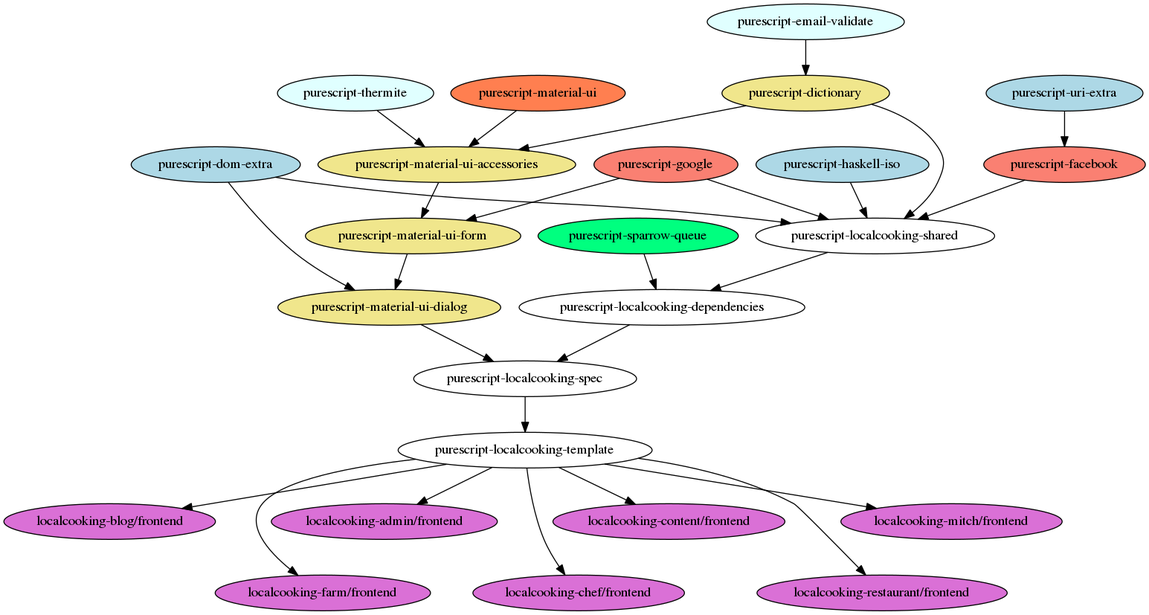
The Graphviz diagram frontend.png in localcooking/dependencies, before a commit. Its source is kept beside it as frontend.dot.
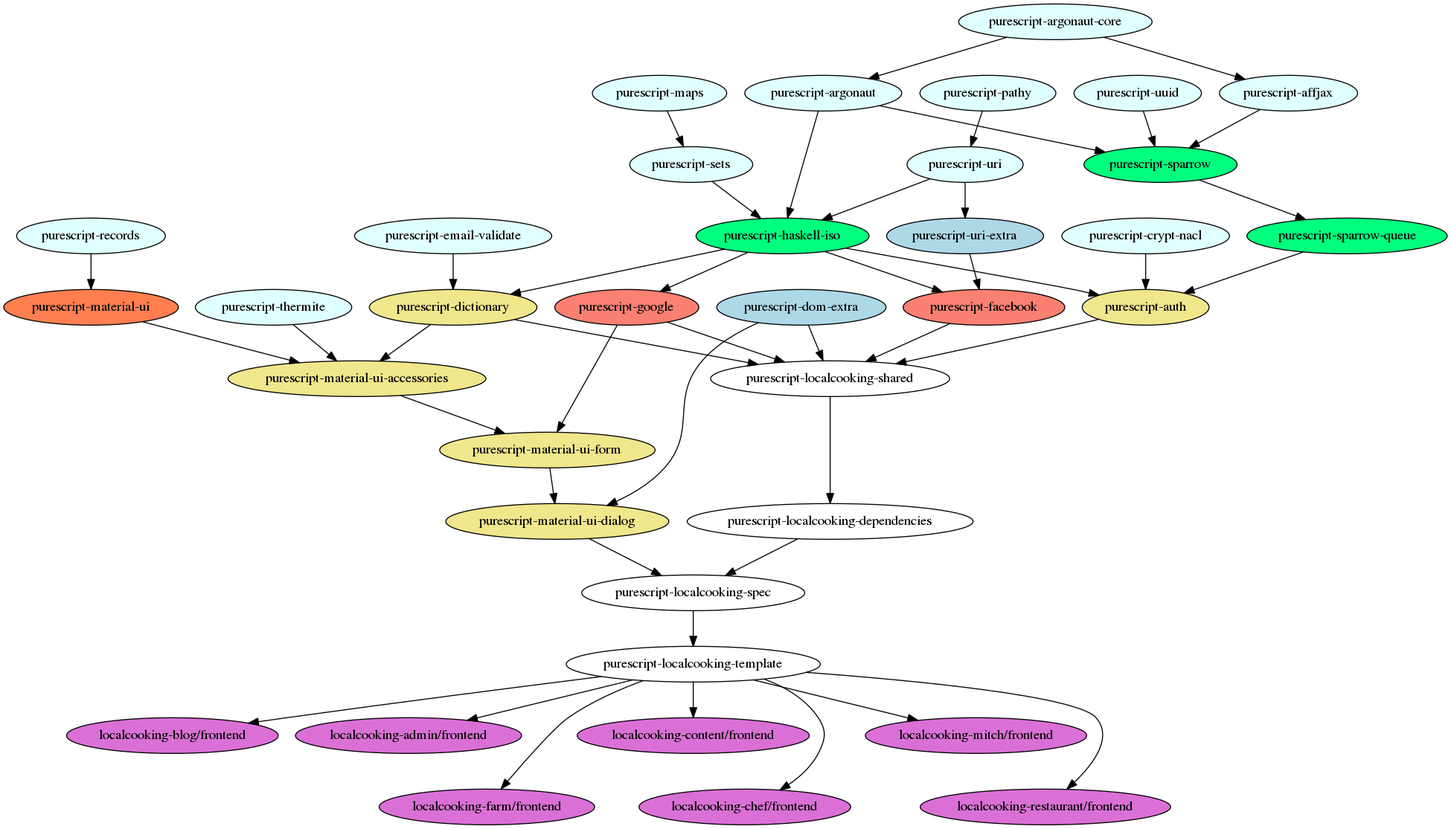
Later version of the same file.

Diff of the diagram source:
```diff
@@ -1,17 +1,51 @@
+/* Key:
+light blue: forked
+blue:       extended
+orange:     foreign bindings
+red:        semantic bindings
+green:      independent
+yellow:     generic
+white:      primary
+purple:     site
+*/
+
 digraph frontend {
   "purescript-email-validate" [fillcolor = lightcyan, style = filled];
   "purescript-thermite" [fillcolor = lightcyan, style = filled];
+  "purescript-argonaut" [fillcolor = lightcyan, style = filled];
+  "purescript-argonaut-core" [fillcolor = lightcyan, style = filled];
+  "purescript-affjax" [fillcolor = lightcyan, style = filled];
+  "purescript-uuid" [fillcolor = lightcyan, style = filled];
+  "purescript-records" [fillcolor = lightcyan, style = filled];
+  "purescript-uri" [fillcolor = lightcyan, style = filled];
+  "purescript-pathy" [fillcolor = lightcyan, style = filled];
+  "purescript-sets" [fillcolor = lightcyan, style = filled];
+  "purescript-maps" [fillcolor = lightcyan, style = filled];
+  "purescript-crypt-nacl" [fillcolor = lightcyan, style = filled];
+
   "purescript-material-ui" [fillcolor = coral, style = filled];
+
   "purescript-uri-extra" [fillcolor = lightblue, style = filled];
   "purescript-dom-extra" [fillcolor = lightblue, style = filled];
-  "purescript-haskell-iso" [fillcolor = lightblue, style = filled];
+
+  "purescript-haskell-iso" [fillcolor = springgreen, style = filled];
+  "purescript-sparrow" [fillcolor = springgreen, style = filled];
+  "purescript-sparrow-queue" [fillcolor = springgreen, style = filled];
+
   "purescript-facebook" [fillcolor = salmon, style = filled];
   "purescript-google" [fillcolor = salmon, style = filled];
-  "purescript-sparrow-queue" [fillcolor = springgreen, style = filled];
+
   "purescript-dictionary" [fillcolor = khaki, style = filled];
+  "purescript-auth" [fillcolor = khaki, style = filled];
   "purescript-material-ui-accessories" [fillcolor = khaki, style = filled];
   "purescript-material-ui-form" [fillcolor = khaki, style = filled];
   "purescript-material-ui-dialog" [fillcolor = khaki, style = filled];
+
+  "purescript-localcooking-shared" [fillcolor = white, style = filled];
+  "purescript-localcooking-dependencies" [fillcolor = white, style = filled];
+  "purescript-localcooking-spec" [fillcolor = white, style = filled];
+  "purescript-localcooking-template" [fillcolor = white, style = filled];
+
   "localcooking-blog/frontend" [fillcolor = orchid, style = filled];
   "localcooking-admin/frontend" [fillcolor = orchid, style = filled];
   "localcooking-content/frontend" [fillcolor = orchid, style = filled];
@@ -20,25 +54,56 @@
   "localcooking-farm/frontend" [fillcolor = orchid, style = filled];
   "localcooking-restaurant/frontend" [fillcolor = orchid, style = filled];
 
+
+
+
+  "purescript-argonaut-core" -> "purescript-argonaut";
+  "purescript-argonaut-core" -> "purescript-affjax";
+  "purescript-argonaut" -> "purescript-haskell-iso";
+  "purescript-argonaut" -> "purescript-sparrow";
+  "purescript-pathy" -> "purescript-uri";
+  "purescript-maps" -> "purescript-sets";
+  "purescript-sets" -> "purescript-haskell-iso";
+  "purescript-records" -> "purescript-material-ui";
+  "purescript-uri" -> "purescript-uri-extra";
+  "purescript-uri" -> "purescript-haskell-iso";
+  "purescript-thermite" -> "purescript-material-ui-accessories";
+  "purescript-uuid" -> "purescript-sparrow";
+  "purescript-affjax" -> "purescript-sparrow";
   "purescript-email-validate" -> "purescript-dictionary";
+  "purescript-crypt-nacl" -> "purescript-auth";
+
+  "purescript-material-ui" -> "purescript-material-ui-accessories";
+
   "purescript-uri-extra" -> "purescript-facebook";
-  "purescript-thermite" -> "purescript-material-ui-accessories";
-  "purescript-material-ui" -> "purescript-material-ui-accessories";
+  "purescript-dom-extra" -> "purescript-material-ui-dialog";
+  "purescript-dom-extra" -> "purescript-localcooking-shared";
+
   "purescript-dictionary" -> "purescript-material-ui-accessories";
   "purescript-google" -> "purescript-material-ui-form";
   "purescript-material-ui-accessories" -> "purescript-material-ui-form";
-  "purescript-dom-extra" -> "purescript-material-ui-dialog";
   "purescript-material-ui-form" -> "purescript-material-ui-dialog";
-  "purescript-haskell-iso" -> "purescript-localcooking-shared";
-  "purescript-dom-extra" -> "purescript-localcooking-shared";
+
+  "purescript-haskell-iso" -> "purescript-facebook";
+  "purescript-haskell-iso" -> "purescript-google";
+  "purescript-haskell-iso" -> "purescript-dictionary";
+  "purescript-haskell-iso" -> "purescript-auth";
+  "purescript-sparrow" -> "purescript-sparrow-queue";
+  "purescript-sparrow-queue" -> "purescript-auth";
+
   "purescript-facebook" -> "purescript-localcooking-shared";
   "purescript-google" -> "purescript-localcooking-shared";
+
+  "purescript-auth" -> "purescript-localcooking-shared";
   "purescript-dictionary" -> "purescript-localcooking-shared";
+
   "purescript-localcooking-shared" -> "purescript-localcooking-dependencies";
-  "purescript-sparrow-queue" -> "purescript-localcooking-dependencies";
+
   "purescript-material-ui-dialog" -> "purescript-localcooking-spec";
   "purescript-localcooking-dependencies" -> "purescript-localcooking-spec";
+
   "purescript-localcooking-spec" -> "purescript-localcooking-template";
+
   "purescript-localcooking-template" -> "localcooking-admin/frontend";
   "purescript-localcooking-template" -> "localcooking-blog/frontend";
   "purescript-localcooking-template" -> "localcooking-content/frontend";
@@ -46,6 +111,7 @@
   "purescript-localcooking-template" -> "localcooking-farm/frontend";
   "purescript-localcooking-template" -> "localcooking-chef/frontend";
   "purescript-localcooking-template" -> "localcooking-restaurant/frontend";
+
   "localcooking-admin/frontend" -> "localcooking-farm/frontend" [ style = invis ];
   "localcooking-content/frontend" -> "localcooking-chef/frontend" [ style = invis ];
   "localcooking-mitch/frontend" -> "localcooking-restaurant/frontend" [ style = invis ];
```
